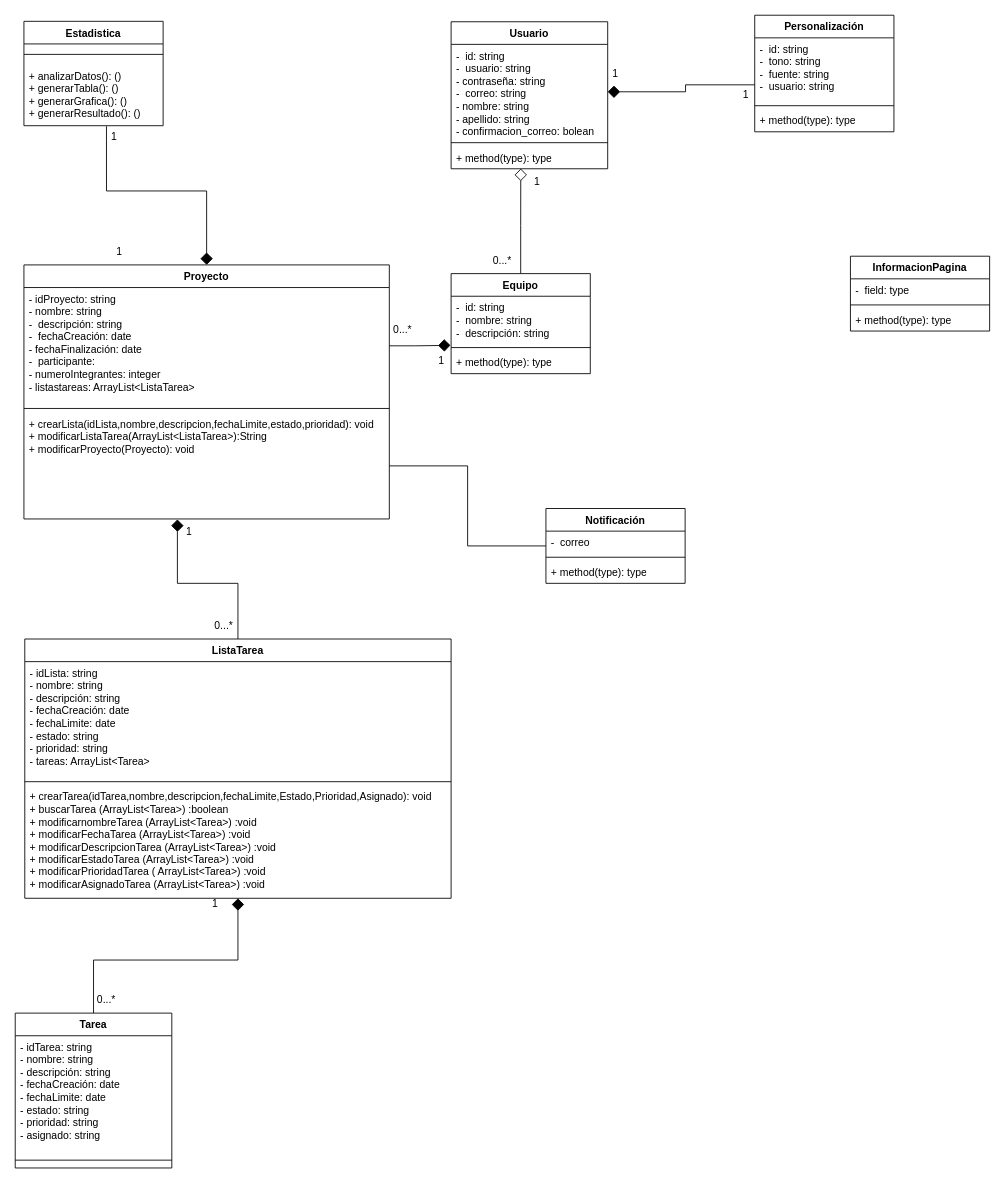
Migue1409-KP/DOO-working-group keeps this draw.io diagram as page "DiagramaClases8a" (16 of 16) of CoTasker_BoundedContext.drawio. Above is the earlier version. Source tidied: cells renumbered, new cells numbered last; positions are measured from the earlier drawing's top-left corner, leaving out a move shared by most shapes. Both pictures are drawn from the tidied source at 87%, with x=0, y=0 at pixel (15, 15).
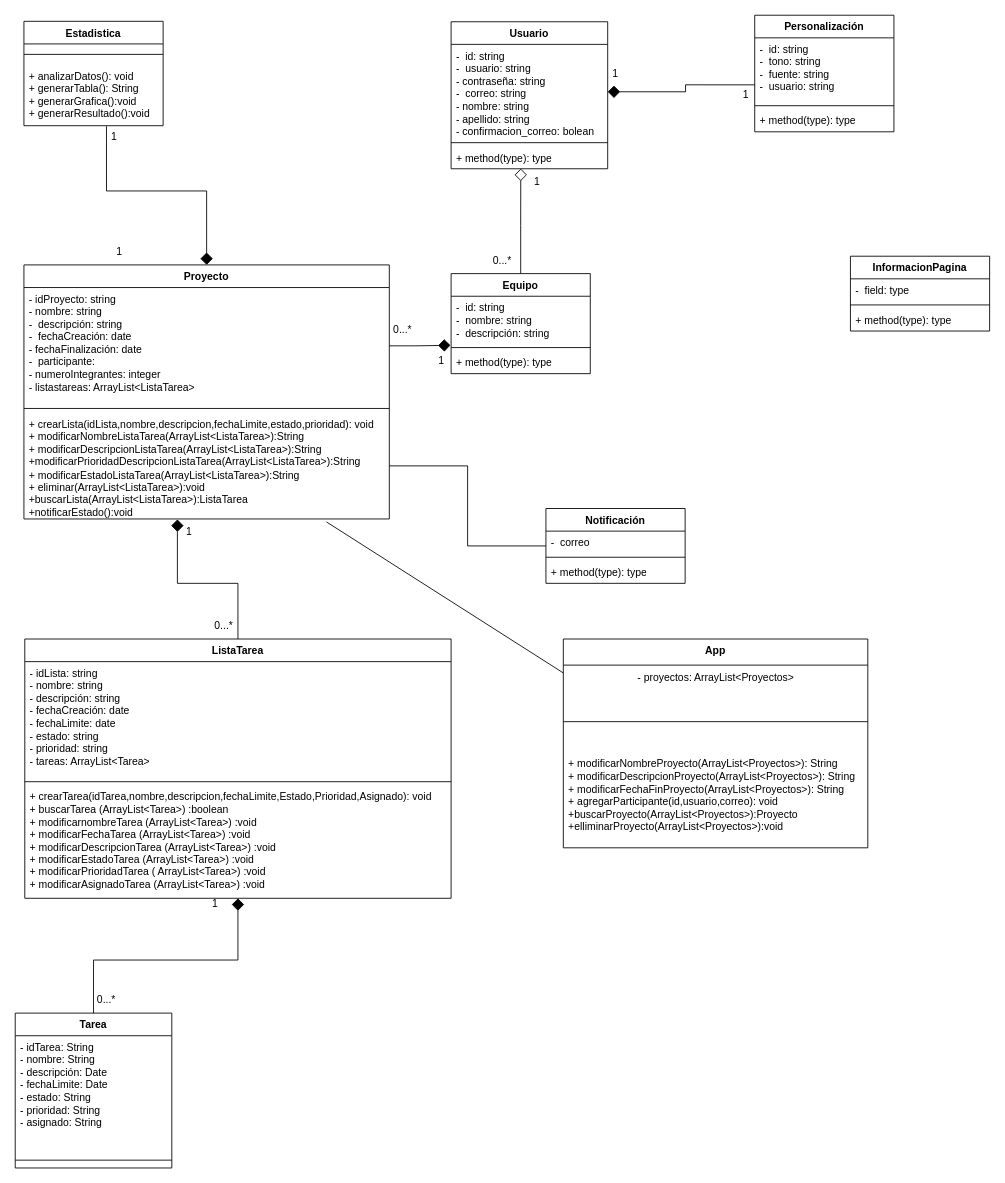
The same diagram, later.

Commit message:
se actualizo el diagrama de clases de ochoa

Unchanged cells that the change refers to:
```xml
<mxCell id="12" value="Proyecto" style="swimlane;fontStyle=1;align=center;verticalAlign=top;horizontal=1;startSize=26;whiteSpace=wrap;html=1;" parent="1" vertex="1">
  <mxGeometry x="10" y="287" width="420" height="292" as="geometry" />
</mxCell>
<mxCell id="17" value="Tarea" style="swimlane;fontStyle=1;align=center;verticalAlign=top;horizontal=1;startSize=26;whiteSpace=wrap;html=1;" parent="1" vertex="1">
  <mxGeometry y="1147" width="180" height="178" as="geometry" />
</mxCell>
<mxCell id="33" value="Estadistica" style="swimlane;fontStyle=1;align=center;verticalAlign=top;horizontal=1;startSize=26;whiteSpace=wrap;html=1;" parent="1" vertex="1">
  <mxGeometry x="10" y="7" width="160" height="120" as="geometry" />
</mxCell>
```

Diff of the diagram source:
```diff
@@
-    <mxCell id="15" value="+ crearLista(idLista,nombre,descripcion,fechaLimite,estado,prioridad): void&lt;br&gt;+ modificarListaTarea(ArrayList&amp;lt;ListaTarea&amp;gt;):String&lt;br&gt;+ modificarProyecto(Proyecto): void&lt;br&gt;" style="text;strokeColor=none;fillColor=none;align=left;verticalAlign=top;spacingLeft=4;spacingRight=4;overflow=hidden;points=[[0,0.5],[1,0.5]];portConstraint=eastwest;whiteSpace=wrap;html=1;" parent="12" vertex="1">
+    <mxCell id="15" value="+ crearLista(idLista,nombre,descripcion,fechaLimite,estado,prioridad): void&lt;br&gt;+ modificarNombreListaTarea(ArrayList&amp;lt;ListaTarea&amp;gt;):String&lt;br&gt;+ modificarDescripcionListaTarea(ArrayList&amp;lt;ListaTarea&amp;gt;):String +modificarPrioridadDescripcionListaTarea(ArrayList&amp;lt;ListaTarea&amp;gt;):String&lt;br&gt;+ modificarEstadoListaTarea(ArrayList&amp;lt;ListaTarea&amp;gt;):String&lt;br&gt;+ eliminar(ArrayList&amp;lt;ListaTarea&amp;gt;):void&lt;br&gt;+buscarLista(ArrayList&amp;lt;ListaTarea&amp;gt;):ListaTarea&lt;br&gt;+notificarEstado():void" style="text;strokeColor=none;fillColor=none;align=left;verticalAlign=top;spacingLeft=4;spacingRight=4;overflow=hidden;points=[[0,0.5],[1,0.5]];portConstraint=eastwest;whiteSpace=wrap;html=1;" parent="12" vertex="1">
       <mxGeometry y="170" width="420" height="122" as="geometry" />
     </mxCell>
@@
-    <mxCell id="18" value="-&amp;nbsp;idTarea: string&lt;br&gt;- nombre: string&lt;br&gt;- descripción: string&lt;br&gt;- fechaCreación: date&lt;br&gt;- fechaLimite: date&lt;br&gt;- estado: string&lt;br&gt;- prioridad: string&lt;br&gt;- asignado: string" style="text;strokeColor=none;fillColor=none;align=left;verticalAlign=top;spacingLeft=4;spacingRight=4;overflow=hidden;whiteSpace=wrap;html=1;" parent="17" vertex="1">
+    <mxCell id="18" value="-&amp;nbsp;idTarea: String&lt;br&gt;- nombre: String&lt;br&gt;- descripción: Date&lt;br&gt;- fechaLimite: Date&lt;br&gt;- estado: String&lt;br&gt;- prioridad: String&lt;br&gt;- asignado: String" style="text;strokeColor=none;fillColor=none;align=left;verticalAlign=top;spacingLeft=4;spacingRight=4;overflow=hidden;whiteSpace=wrap;html=1;" parent="17" vertex="1">
       <mxGeometry y="26" width="180" height="134" as="geometry" />
     </mxCell>
@@
-    <mxCell id="35" value="+ analizarDatos(): ()&lt;br&gt;+ generarTabla(): ()&lt;br&gt;+ generarGrafica(): ()&lt;br&gt;+ generarResultado(): ()" style="text;strokeColor=none;fillColor=none;align=left;verticalAlign=top;spacingLeft=4;spacingRight=4;overflow=hidden;points=[[0,0.5],[1,0.5]];portConstraint=eastwest;whiteSpace=wrap;html=1;" parent="33" vertex="1">
+    <mxCell id="35" value="+ analizarDatos(): void&lt;br&gt;+ generarTabla(): String&lt;br&gt;+ generarGrafica():void&lt;br&gt;+ generarResultado():void" style="text;strokeColor=none;fillColor=none;align=left;verticalAlign=top;spacingLeft=4;spacingRight=4;overflow=hidden;points=[[0,0.5],[1,0.5]];portConstraint=eastwest;whiteSpace=wrap;html=1;" parent="33" vertex="1">
       <mxGeometry y="50" width="160" height="70" as="geometry" />
     </mxCell>
@@
+    <mxCell id="55" style="endArrow=none;html=1;rounded=0;entryX=0.828;entryY=1.028;entryDx=0;entryDy=0;entryPerimeter=0;exitX=0;exitY=0.5;exitDx=0;exitDy=0;" parent="1" edge="1" target="15">
+      <mxGeometry relative="1" as="geometry">
+        <mxPoint x="630" y="756" as="sourcePoint" />
+      </mxGeometry>
+    </mxCell>
+    <mxCell id="56" value="App" style="swimlane;fontStyle=1;align=center;verticalAlign=top;horizontal=1;startSize=30;whiteSpace=wrap;html=1;" parent="1" vertex="1">
+      <mxGeometry x="630" y="717" width="350" height="240" as="geometry" />
+    </mxCell>
+    <mxCell id="57" value="- proyectos: ArrayList&amp;lt;Proyectos&amp;gt;" style="text;html=1;align=center;verticalAlign=middle;strokeColor=none;fillColor=none;" parent="56" vertex="1">
+      <mxGeometry y="30" width="350" height="30" as="geometry" />
+    </mxCell>
+    <mxCell id="58" style="line;strokeWidth=1;fillColor=none;align=left;verticalAlign=middle;spacingTop=-1;spacingLeft=3;spacingRight=3;labelPosition=right;strokeColor=inherit;" parent="56" vertex="1">
+      <mxGeometry y="60" width="350" height="70" as="geometry" />
+    </mxCell>
+    <mxCell id="59" value="+ modificarNombreProyecto(ArrayList&amp;lt;Proyectos&amp;gt;): String&lt;br&gt;+ modificarDescripcionProyecto(ArrayList&amp;lt;Proyectos&amp;gt;): String&lt;br&gt;+ modificarFechaFinProyecto(ArrayList&amp;lt;Proyectos&amp;gt;): String&lt;br&gt;+ agregarParticipante(id,usuario,correo): void&lt;br&gt;+buscarProyecto(ArrayList&amp;lt;Proyectos&amp;gt;):Proyecto&lt;br&gt;+elliminarProyecto(ArrayList&amp;lt;Proyectos&amp;gt;):void" style="text;strokeColor=none;fillColor=none;align=left;verticalAlign=top;spacingLeft=4;spacingRight=4;overflow=hidden;whiteSpace=wrap;html=1;" parent="56" vertex="1">
+      <mxGeometry y="130" width="350" height="110" as="geometry" />
+    </mxCell>
```
